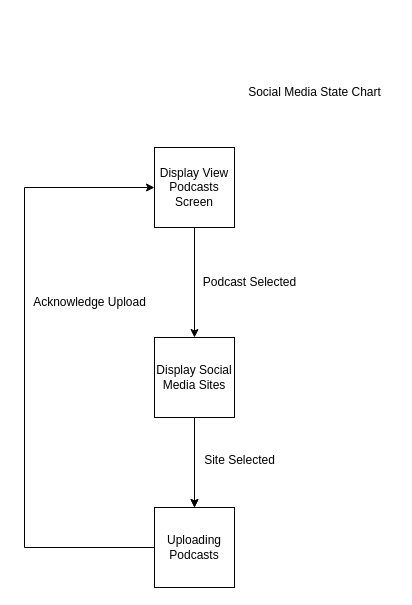
Glizzus/COMP-3700 keeps this draw.io diagram as D6a-Statecharts/social_media_statechart.drawio. Above is the earlier version. Source tidied: cells renumbered, new cells numbered last; positions are measured from the earlier drawing's top-left corner, leaving out a move shared by most shapes. Both pictures are drawn from the tidied source at 100%, with x=0, y=0 at pixel (19, 77).
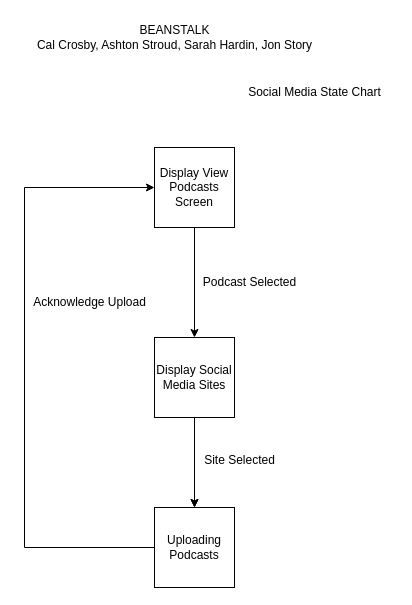
After the change.

Diff of the diagram source:
```diff
@@
 <mxGraphModel>
   <root>
     <mxCell id="0" />
     <mxCell id="1" parent="0" />
     <mxCell id="2" style="edgeStyle=orthogonalEdgeStyle;rounded=0;jettySize=auto;html=1;" parent="1" edge="1" source="3" target="6">
       <mxGeometry relative="1" as="geometry" />
     </mxCell>
     <mxCell id="3" value="Display View Podcasts Screen" style="whiteSpace=wrap;html=1;" parent="1" vertex="1">
       <mxGeometry x="135" y="70" width="80" height="80" as="geometry" />
     </mxCell>
     <mxCell id="4" style="edgeStyle=orthogonalEdgeStyle;rounded=0;jettySize=auto;html=1;" parent="1" edge="1" source="6">
       <mxGeometry relative="1" as="geometry">
         <mxPoint x="175" y="430" as="targetPoint" />
       </mxGeometry>
     </mxCell>
     <mxCell id="5" style="edgeStyle=orthogonalEdgeStyle;rounded=0;jettySize=auto;html=1;" parent="1" edge="1" source="6" target="10">
       <mxGeometry relative="1" as="geometry" />
     </mxCell>
     <mxCell id="6" value="Display Social Media Sites" style="whiteSpace=wrap;html=1;" parent="1" vertex="1">
       <mxGeometry x="135" y="260" width="80" height="80" as="geometry" />
     </mxCell>
     <mxCell id="7" value="Podcast Selected" style="text;html=1;align=center;verticalAlign=middle;strokeColor=none;fillColor=none;" parent="1" vertex="1">
       <mxGeometry x="170" y="190" width="120" height="30" as="geometry" />
     </mxCell>
     <mxCell id="8" value="Site Selected" style="text;html=1;align=center;verticalAlign=middle;strokeColor=none;fillColor=none;" parent="1" vertex="1">
       <mxGeometry x="175" y="368" width="90" height="30" as="geometry" />
     </mxCell>
     <mxCell id="9" style="edgeStyle=orthogonalEdgeStyle;rounded=0;jettySize=auto;html=1;entryX=0;entryY=0.5;entryDx=0;entryDy=0;" parent="1" edge="1" source="10" target="3">
       <mxGeometry relative="1" as="geometry">
         <Array as="points">
           <mxPoint x="5" y="470" />
           <mxPoint x="5" y="110" />
         </Array>
       </mxGeometry>
     </mxCell>
     <mxCell id="10" value="Uploading Podcasts" style="whiteSpace=wrap;html=1;" parent="1" vertex="1">
       <mxGeometry x="135" y="430" width="80" height="80" as="geometry" />
     </mxCell>
     <mxCell id="11" value="Acknowledge Upload" style="text;html=1;align=center;verticalAlign=middle;strokeColor=none;fillColor=none;" parent="1" vertex="1">
       <mxGeometry y="210" width="140" height="30" as="geometry" />
     </mxCell>
     <mxCell id="12" value="Social Media State Chart" style="text;html=1;align=center;verticalAlign=middle;strokeColor=none;fillColor=none;" parent="1" vertex="1">
       <mxGeometry x="215" width="160" height="30" as="geometry" />
     </mxCell>
+    <mxCell id="13" value="BEANSTALK&lt;br&gt;Cal Crosby, Ashton Stroud, Sarah Hardin, Jon Story" style="text;html=1;align=center;verticalAlign=middle;strokeColor=none;fillColor=none;" parent="1" vertex="1">
+      <mxGeometry x="5" y="-60" width="300" height="40" as="geometry" />
+    </mxCell>
   </root>
 </mxGraphModel>
```
